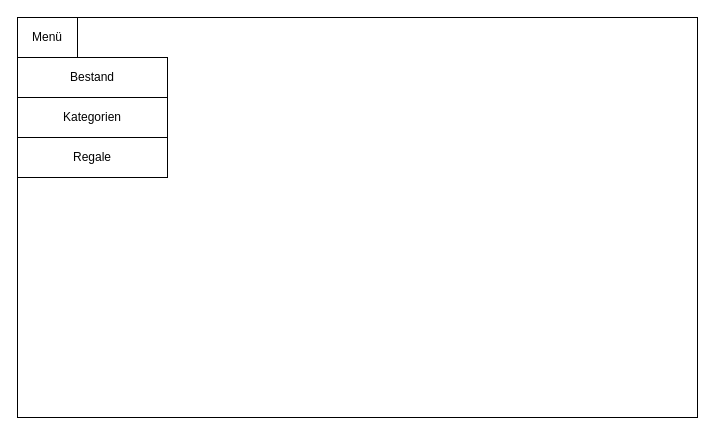
This is dev/mockups/raw/Menü.drawio from callidaria/pen-testing, a draw.io file, before an edit. Source tidied: cells renumbered, new cells numbered last; positions are measured from the earlier drawing's top-left corner, leaving out a move shared by most shapes. Both pictures are drawn from the tidied source at 100%, with x=0, y=0 at pixel (17, 17).
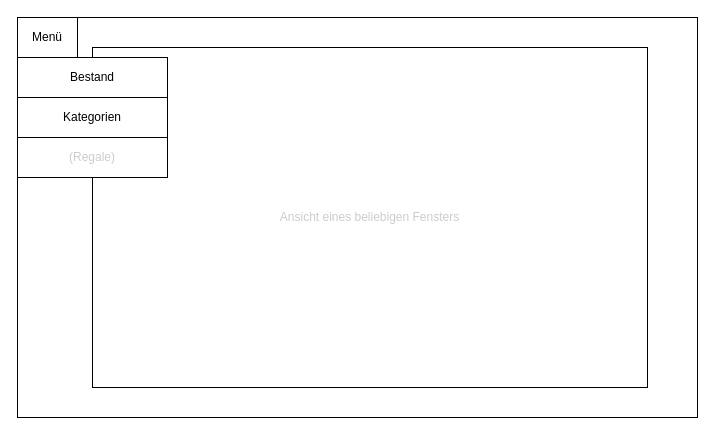
Above is the later version.

The edit, as a diff of the source:
```diff
@@
 <mxGraphModel>
   <root>
     <mxCell id="0" />
     <mxCell id="1" parent="0" />
     <mxCell id="2" style="rounded=0;whiteSpace=wrap;html=1;" parent="1" vertex="1">
       <mxGeometry width="680" height="400" as="geometry" />
     </mxCell>
+    <mxCell id="7" value="&lt;font color=&quot;#cccccc&quot;&gt;Ansicht eines beliebigen Fensters&lt;/font&gt;" style="rounded=0;whiteSpace=wrap;html=1;" parent="1" vertex="1">
+      <mxGeometry x="75" y="30" width="555" height="340" as="geometry" />
+    </mxCell>
     <mxCell id="3" value="Menü" style="rounded=0;whiteSpace=wrap;html=1;" parent="1" vertex="1">
       <mxGeometry width="60" height="40" as="geometry" />
     </mxCell>
     <mxCell id="4" value="Bestand" style="rounded=0;whiteSpace=wrap;html=1;" parent="1" vertex="1">
       <mxGeometry y="40" width="150" height="40" as="geometry" />
     </mxCell>
-    <mxCell id="5" value="Regale" style="rounded=0;whiteSpace=wrap;html=1;" parent="1" vertex="1">
+    <mxCell id="5" value="&lt;font color=&quot;#cccccc&quot;&gt;(Regale)&lt;/font&gt;" style="rounded=0;whiteSpace=wrap;html=1;" parent="1" vertex="1">
       <mxGeometry y="120" width="150" height="40" as="geometry" />
     </mxCell>
     <mxCell id="6" value="Kategorien" style="rounded=0;whiteSpace=wrap;html=1;" parent="1" vertex="1">
       <mxGeometry y="80" width="150" height="40" as="geometry" />
     </mxCell>
   </root>
 </mxGraphModel>
```
